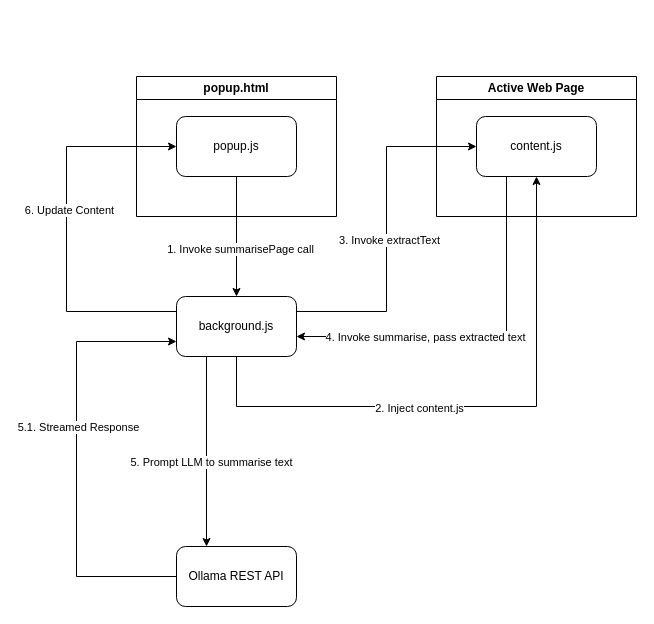
Before: Untitled Diagram.drawio in auslei/ollama_summarise_chrome_extension, a draw.io diagram. Source tidied: cells renumbered, new cells numbered last; positions are measured from the earlier drawing's top-left corner, leaving out a move shared by most shapes. Both pictures are drawn from the tidied source at 100%, with x=0, y=0 at pixel (66, 76).
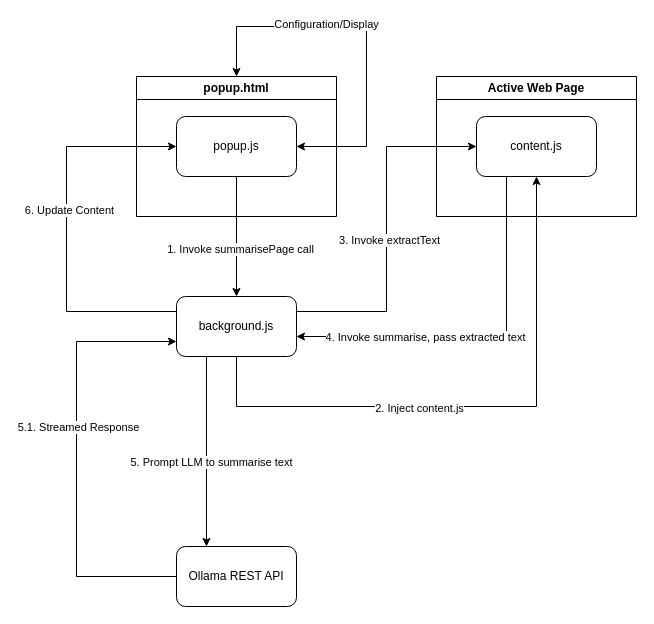
After the change.

Commit message (it also covers changes not shown here):
Updated interaction diagram, fixed a few bugs

Unchanged cells that the change refers to:
```xml
<mxCell id="5" value="popup.html" style="swimlane;whiteSpace=wrap;html=1;" parent="1" vertex="1">
  <mxGeometry x="70" width="200" height="140" as="geometry" />
</mxCell>
<mxCell id="6" value="popup.js" style="rounded=1;whiteSpace=wrap;html=1;" parent="5" vertex="1">
  <mxGeometry x="40" y="40" width="120" height="60" as="geometry" />
</mxCell>
```

What changed in the source:
```diff
@@
+    <mxCell id="22" style="endArrow=classic;startArrow=classic;html=1;rounded=0;exitX=1;exitY=0.5;exitDx=0;exitDy=0;entryX=0.5;entryY=0;entryDx=0;entryDy=0;edgeStyle=orthogonalEdgeStyle;" parent="5" edge="1" source="6" target="5">
+      <mxGeometry relative="1" as="geometry">
+        <Array as="points">
+          <mxPoint x="230" y="70" />
+          <mxPoint x="230" y="-50" />
+          <mxPoint x="100" y="-50" />
+        </Array>
+      </mxGeometry>
+    </mxCell>
+    <mxCell id="23" value="Configuration/Display" style="edgeLabel;html=1;align=center;verticalAlign=middle;" parent="22" vertex="1">
+      <mxGeometry x="0.25" y="-3" relative="1" as="geometry" />
+    </mxCell>
```
